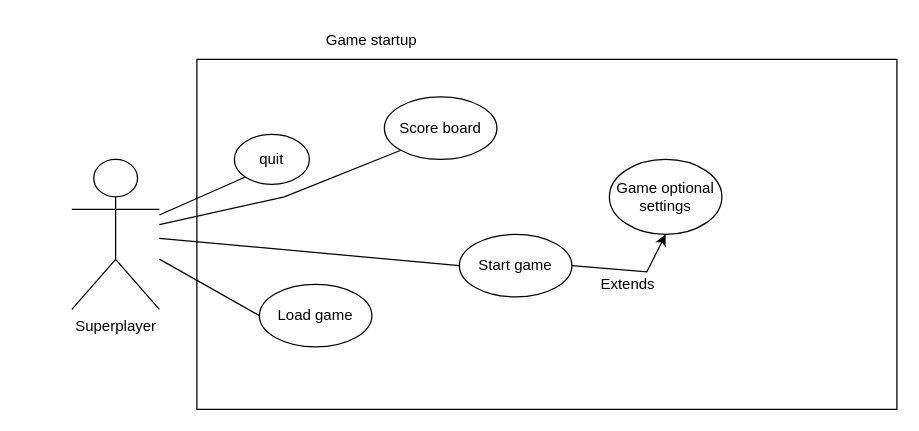
This is documentation/UML-diagrammes/game_startup_use_case_diagram.drawio from M-Ike007/CatanGame, a draw.io file, before an edit. Source tidied: cells renumbered, new cells numbered last; positions are measured from the earlier drawing's top-left corner, leaving out a move shared by most shapes. Both pictures are drawn from the tidied source at 125%, with x=0, y=0 at pixel (71, 21).
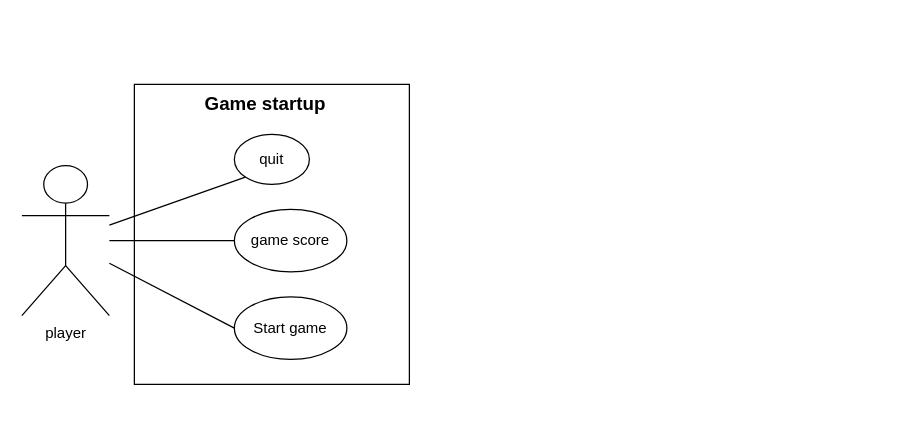
The same page after the edit.

Commit message (it also covers changes not shown here):
MI, TEK change use case diagram start game_startup_use_case_diagram.

png is also updated.

The edit, as a diff of the source:
```diff
@@
 <mxGraphModel>
   <root>
     <mxCell id="0" />
     <mxCell id="1" parent="0" />
+    <mxCell id="12" style="edgeStyle=orthogonalEdgeStyle;rounded=0;jettySize=auto;html=1;endArrow=none;endFill=0;" parent="1" edge="1" source="2" target="5">
+      <mxGeometry relative="1" as="geometry" />
+    </mxCell>
-    <mxCell id="2" value="Superplayer" style="shape=umlActor;verticalLabelPosition=bottom;verticalAlign=top;html=1;outlineConnect=0;" parent="1" vertex="1">
-      <mxGeometry y="110" width="70" height="120" as="geometry" />
+    <mxCell id="2" value="player" style="shape=umlActor;verticalLabelPosition=bottom;verticalAlign=top;html=1;outlineConnect=0;" parent="1" vertex="1">
+      <mxGeometry x="-40" y="115" width="70" height="120" as="geometry" />
     </mxCell>
-    <mxCell id="3" style="rounded=0;whiteSpace=wrap;html=1;fillColor=none;" parent="1" vertex="1">
-      <mxGeometry x="100" y="30" width="560" height="280" as="geometry" />
-    </mxCell>
-    <mxCell id="4" value="Game startup" style="text;html=1;strokeColor=none;fillColor=none;align=center;verticalAlign=middle;whiteSpace=wrap;rounded=0;" parent="1" vertex="1">
-      <mxGeometry x="190" width="100" height="30" as="geometry" />
+    <mxCell id="4" value="&lt;font size=&quot;1&quot; style=&quot;&quot;&gt;&lt;b style=&quot;font-size: 15px;&quot;&gt;Game startup&lt;/b&gt;&lt;/font&gt;" style="text;html=1;strokeColor=none;fillColor=none;align=center;verticalAlign=middle;whiteSpace=wrap;rounded=0;" parent="1" vertex="1">
+      <mxGeometry x="50" y="50" width="210" height="30" as="geometry" />
     </mxCell>
-    <mxCell id="5" value="Score board" style="ellipse;whiteSpace=wrap;html=1;fillColor=none;" parent="1" vertex="1">
-      <mxGeometry x="250" y="60" width="90" height="50" as="geometry" />
+    <mxCell id="5" value="game score" style="ellipse;whiteSpace=wrap;html=1;fillColor=none;" parent="1" vertex="1">
+      <mxGeometry x="130" y="150" width="90" height="50" as="geometry" />
     </mxCell>
     <mxCell id="6" value="quit" style="ellipse;whiteSpace=wrap;html=1;fillColor=none;" parent="1" vertex="1">
       <mxGeometry x="130" y="90" width="60" height="40" as="geometry" />
     </mxCell>
     <mxCell id="7" value="Start game" style="ellipse;whiteSpace=wrap;html=1;fillColor=none;" parent="1" vertex="1">
-      <mxGeometry x="310" y="170" width="90" height="50" as="geometry" />
+      <mxGeometry x="130" y="220" width="90" height="50" as="geometry" />
     </mxCell>
-    <mxCell id="8" value="Game optional settings" style="ellipse;whiteSpace=wrap;html=1;fillColor=none;" parent="1" vertex="1">
-      <mxGeometry x="430" y="110" width="90" height="60" as="geometry" />
-    </mxCell>
-    <mxCell id="9" value="Load game" style="ellipse;whiteSpace=wrap;html=1;fillColor=none;" parent="1" vertex="1">
-      <mxGeometry x="150" y="210" width="90" height="50" as="geometry" />
-    </mxCell>
     <mxCell id="10" style="endArrow=none;html=1;rounded=0;entryX=0;entryY=1;entryDx=0;entryDy=0;" parent="1" edge="1" source="2" target="6">
       <mxGeometry relative="1" as="geometry" />
     </mxCell>
-    <mxCell id="11" style="endArrow=none;html=1;rounded=0;entryX=0;entryY=0.5;entryDx=0;entryDy=0;" parent="1" edge="1" source="2" target="9">
-      <mxGeometry relative="1" as="geometry" />
-    </mxCell>
-    <mxCell id="12" style="endArrow=none;html=1;rounded=0;entryX=0;entryY=1;entryDx=0;entryDy=0;" parent="1" edge="1" source="2" target="5">
-      <mxGeometry relative="1" as="geometry">
-        <Array as="points">
-          <mxPoint x="170" y="140" />
-        </Array>
-      </mxGeometry>
-    </mxCell>
     <mxCell id="13" style="endArrow=none;html=1;rounded=0;entryX=0;entryY=0.5;entryDx=0;entryDy=0;" parent="1" edge="1" source="2" target="7">
       <mxGeometry relative="1" as="geometry" />
     </mxCell>
-    <mxCell id="14" style="endArrow=classic;html=1;rounded=0;exitX=1;exitY=0.5;exitDx=0;exitDy=0;entryX=0.5;entryY=1;entryDx=0;entryDy=0;" parent="1" edge="1" source="7" target="8">
-      <mxGeometry relative="1" as="geometry">
-        <Array as="points">
-          <mxPoint x="460" y="200" />
-        </Array>
-      </mxGeometry>
-    </mxCell>
-    <mxCell id="15" value="Extends" style="text;html=1;strokeColor=none;fillColor=none;align=center;verticalAlign=middle;whiteSpace=wrap;rounded=0;" parent="1" vertex="1">
-      <mxGeometry x="420" y="200" width="50" height="20" as="geometry" />
-    </mxCell>
+    <mxCell id="16" style="rounded=0;whiteSpace=wrap;html=1;fillColor=none;" parent="1" vertex="1">
+      <mxGeometry x="50" y="50" width="220" height="240" as="geometry" />
+    </mxCell>
   </root>
 </mxGraphModel>
```
